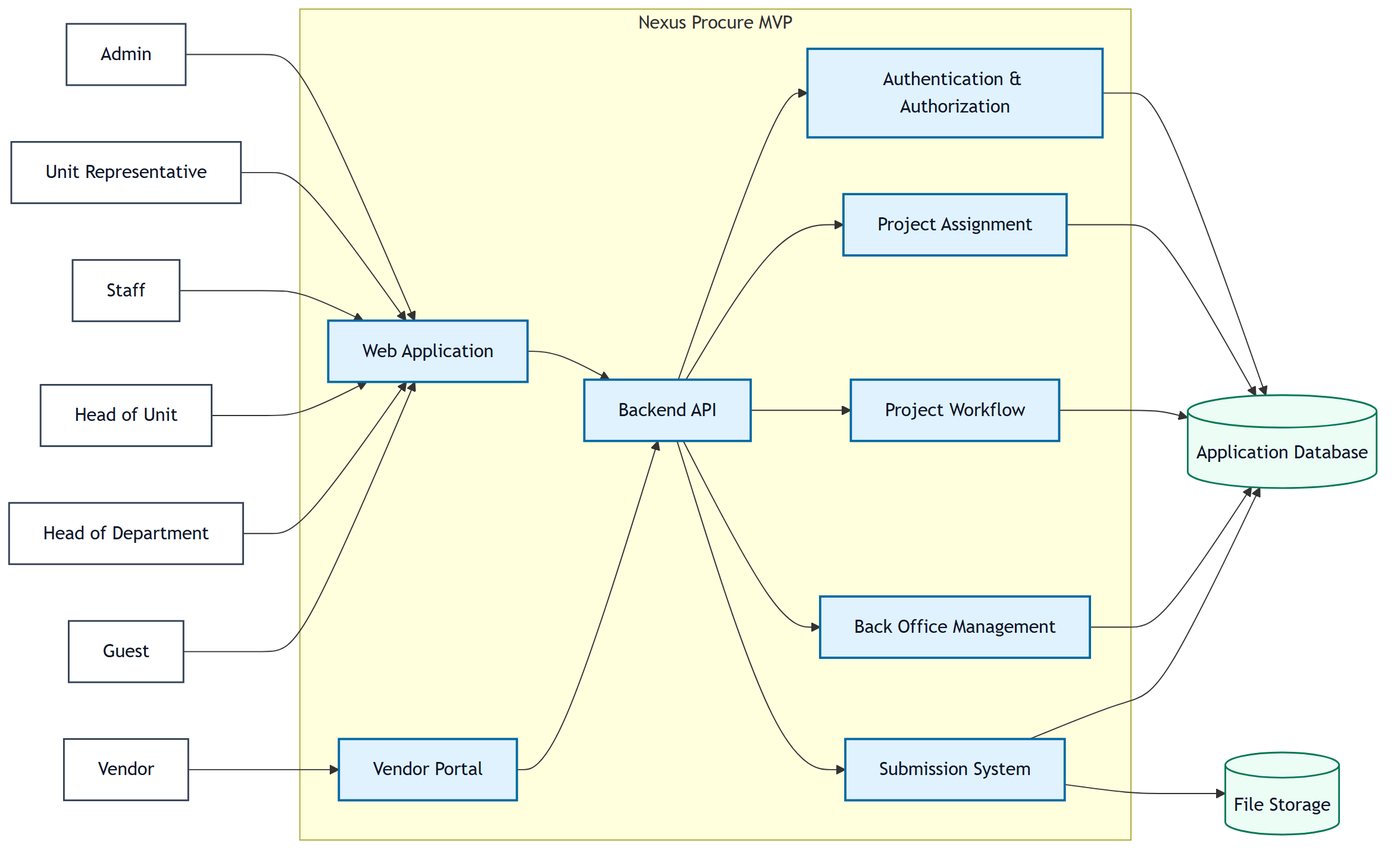
The Mermaid diagram report-diagrams/01-system-context.png in capmoo-capstone/report, before a commit. Its source is kept beside it as report-diagrams/01-system-context.mmd.
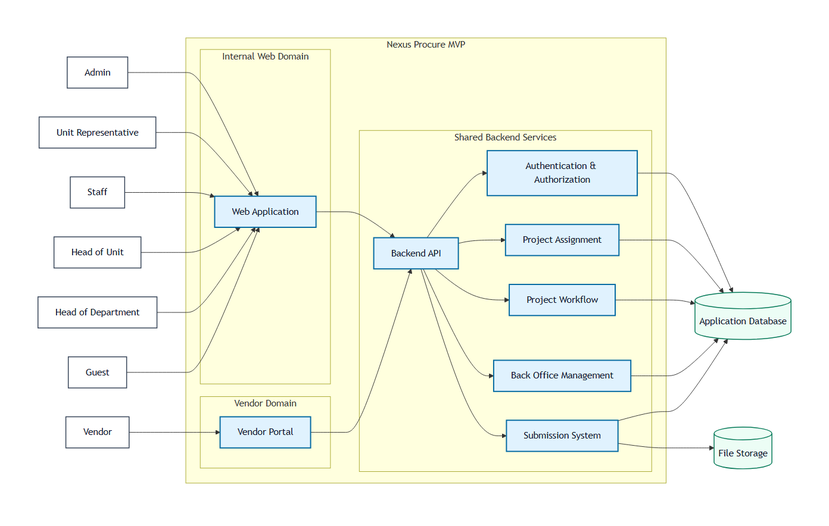
Later version of the same file.

Commit message:
update diagram vendor portal

Change to the diagram source:
```diff
@@ -13,14 +13,22 @@
     Vendor["Vendor"]:::actor
 
     subgraph Boundary["Nexus Procure MVP"]
-        App["Web Application"]:::system
-        API["Backend API"]:::system
-        Auth["Authentication & Authorization"]:::system
-        Assignment["Project Assignment"]:::system
-        Workflow["Project Workflow"]:::system
-        Submission["Submission System"]:::system
-        VendorPortal["Vendor Portal"]:::system
-        BackOffice["Back Office Management"]:::system
+        subgraph InternalDomain["Internal Web Domain"]
+            App["Web Application"]:::system
+        end
+
+        subgraph VendorDomain["Vendor Domain"]
+            VendorPortal["Vendor Portal"]:::system
+        end
+
+        subgraph SharedServices["Shared Backend Services"]
+            API["Backend API"]:::system
+            Auth["Authentication & Authorization"]:::system
+            Assignment["Project Assignment"]:::system
+            Workflow["Project Workflow"]:::system
+            Submission["Submission System"]:::system
+            BackOffice["Back Office Management"]:::system
+        end
     end
 
     DB[("Application Database")]:::storage
```
